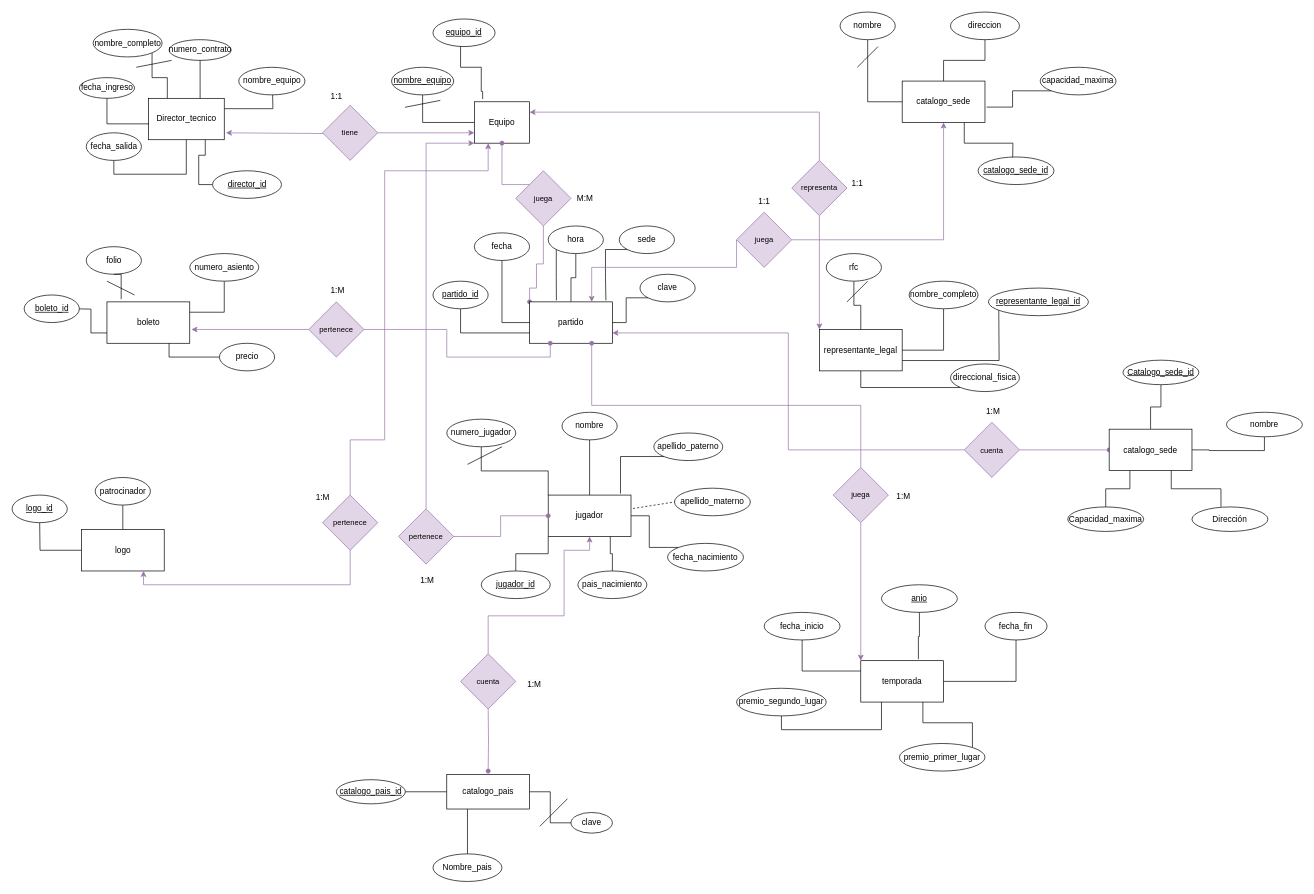
The draw.io diagram Diagrama sin título.drawio in FranciscoJRO/Bases_de_datos, before the edit. Source tidied: cells renumbered, new cells numbered last; positions are measured from the earlier drawing's top-left corner, leaving out a move shared by most shapes. Both pictures are drawn from the tidied source at 69%, with x=0, y=0 at pixel (12, 12).
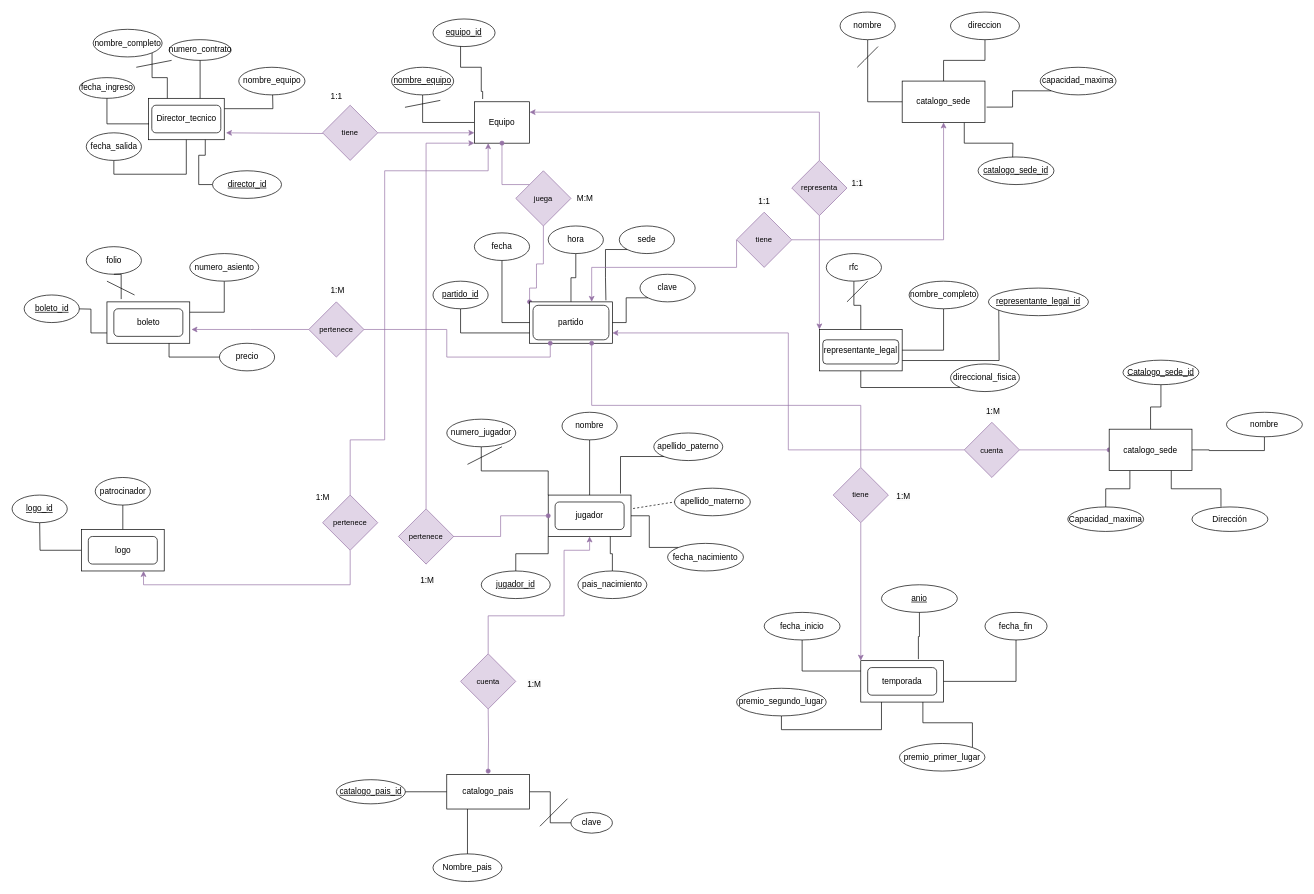
The same diagram, later.

The change refers to these unchanged cells:
```xml
<mxCell id="13" value="partido" style="rounded=0;whiteSpace=wrap;html=1;" parent="1" vertex="1">
  <mxGeometry x="750" y="420" width="120" height="60" as="geometry" />
</mxCell>
<mxCell id="43" value="hora" style="ellipse;whiteSpace=wrap;html=1;" parent="1" vertex="1">
  <mxGeometry x="777" y="310" width="80" height="40" as="geometry" />
</mxCell>
```

Change to the diagram source:
```diff
@@
-    <mxCell id="47" style="edgeStyle=orthogonalEdgeStyle;rounded=0;jettySize=auto;html=1;exitX=0;exitY=1;exitDx=0;exitDy=0;entryX=0.324;entryY=-0.037;entryDx=0;entryDy=0;entryPerimeter=0;endArrow=none;endFill=0;" parent="1" edge="1" source="43" target="13">
-      <mxGeometry relative="1" as="geometry" />
-    </mxCell>
@@
-    <mxCell id="103" value="juega" style="rhombus;whiteSpace=wrap;html=1;fontFamily=Helvetica;fontSize=11;fillColor=#e1d5e7;strokeColor=#9673a6;" parent="1" vertex="1">
+    <mxCell id="103" value="tiene" style="rhombus;whiteSpace=wrap;html=1;fontFamily=Helvetica;fontSize=11;fillColor=#e1d5e7;strokeColor=#9673a6;" parent="1" vertex="1">
       <mxGeometry x="1050" y="290" width="80" height="80" as="geometry" />
     </mxCell>
@@
-    <mxCell id="106" value="juega" style="rhombus;whiteSpace=wrap;html=1;fontFamily=Helvetica;fontSize=11;fillColor=#e1d5e7;strokeColor=#9673a6;" parent="1" vertex="1">
+    <mxCell id="106" value="tiene" style="rhombus;whiteSpace=wrap;html=1;fontFamily=Helvetica;fontSize=11;fillColor=#e1d5e7;strokeColor=#9673a6;" parent="1" vertex="1">
       <mxGeometry x="1190" y="660" width="80" height="80" as="geometry" />
     </mxCell>
@@
+    <mxCell id="153" style="rounded=1;whiteSpace=wrap;html=1;fontFamily=Helvetica;fontSize=11;fontColor=default;fillColor=none;" parent="1" vertex="1">
+      <mxGeometry x="755" y="425" width="110" height="50" as="geometry" />
+    </mxCell>
+    <mxCell id="154" style="rounded=1;whiteSpace=wrap;html=1;fontFamily=Helvetica;fontSize=11;fontColor=default;fillColor=none;" parent="1" vertex="1">
+      <mxGeometry x="147.5" y="430" width="100" height="40" as="geometry" />
+    </mxCell>
+    <mxCell id="155" style="rounded=1;whiteSpace=wrap;html=1;fontFamily=Helvetica;fontSize=11;fontColor=default;fillColor=none;" parent="1" vertex="1">
+      <mxGeometry x="787" y="710" width="100" height="40" as="geometry" />
+    </mxCell>
+    <mxCell id="156" style="rounded=1;whiteSpace=wrap;html=1;fontFamily=Helvetica;fontSize=11;fontColor=default;fillColor=none;" parent="1" vertex="1">
+      <mxGeometry x="110.5" y="760" width="100" height="40" as="geometry" />
+    </mxCell>
+    <mxCell id="157" style="rounded=1;whiteSpace=wrap;html=1;fontFamily=Helvetica;fontSize=11;fontColor=default;fillColor=none;" parent="1" vertex="1">
+      <mxGeometry x="1240" y="950" width="100" height="40" as="geometry" />
+    </mxCell>
+    <mxCell id="158" style="rounded=1;whiteSpace=wrap;html=1;fontFamily=Helvetica;fontSize=11;fontColor=default;fillColor=none;" parent="1" vertex="1">
+      <mxGeometry x="1175" y="475" width="110" height="35" as="geometry" />
+    </mxCell>
+    <mxCell id="159" style="rounded=1;whiteSpace=wrap;html=1;fontFamily=Helvetica;fontSize=11;fontColor=default;fillColor=none;" parent="1" vertex="1">
+      <mxGeometry x="202.5" y="135" width="100" height="40" as="geometry" />
+    </mxCell>
```
